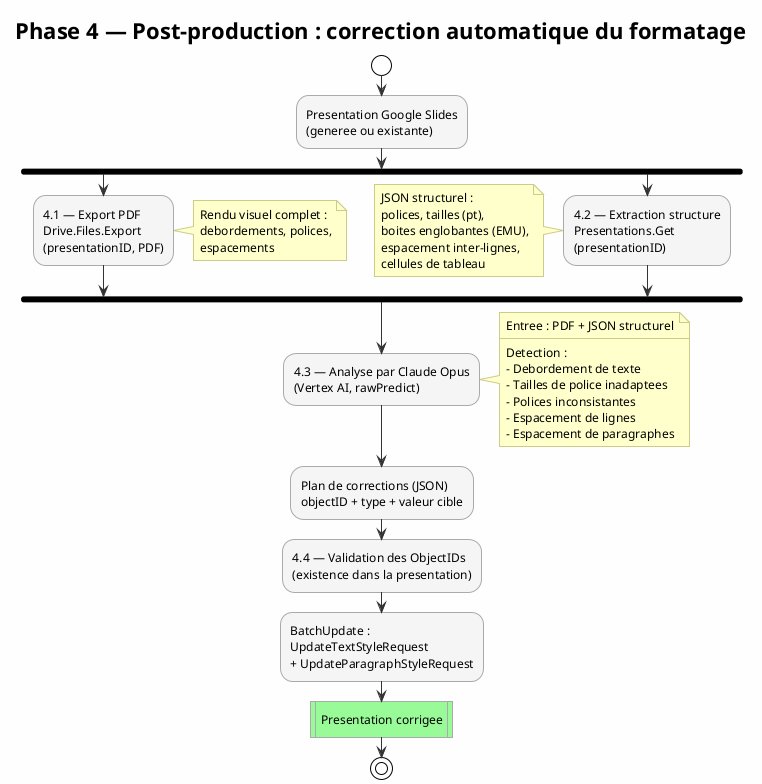
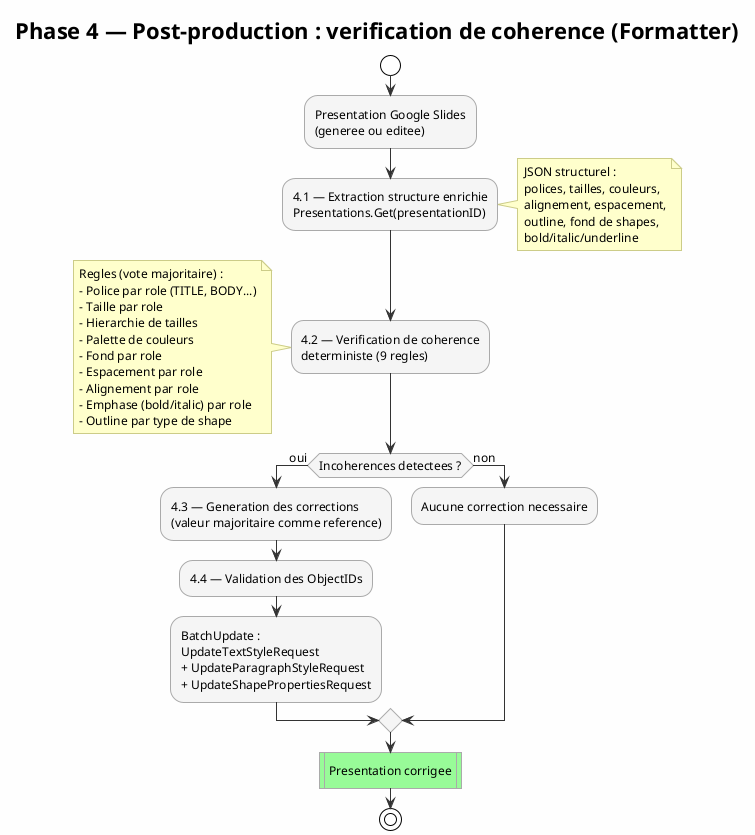
@startuml postproduction
!theme plain
skinparam backgroundColor #FEFEFE
skinparam defaultFontName "Helvetica"
skinparam defaultFontSize 12
skinparam shadowing false
skinparam ArrowColor #333333
skinparam ActivityBackgroundColor #F5F5F5
skinparam ActivityBorderColor #AAAAAA
skinparam NoteBackgroundColor #FFFFCC
skinparam NoteBorderColor #CCCC88

- title Phase 4 — Post-production : correction automatique du formatage
+ title Phase 4 — Post-production : verification de coherence (Formatter)

start

:Presentation Google Slides
- (generee ou existante);
+ (generee ou editee);

- fork
-   :4.1 — Export PDF
-   Drive.Files.Export
-   (presentationID, PDF);
-   note right
-     Rendu visuel complet :
-     debordements, polices,
-     espacements
-   end note
- fork again
-   :4.2 — Extraction structure
-   Presentations.Get
-   (presentationID);
-   note left
-     JSON structurel :
-     polices, tailles (pt),
-     boites englobantes (EMU),
-     espacement inter-lignes,
-     cellules de tableau
-   end note
- end fork
- 
- :4.3 — Analyse par Claude Opus
- (Vertex AI, rawPredict);
- 
+ :4.1 — Extraction structure enrichie
+ Presentations.Get(presentationID);
note right
-   Entree : PDF + JSON structurel
-   ----
-   Detection :
-   - Debordement de texte
-   - Tailles de police inadaptees
-   - Polices inconsistantes
-   - Espacement de lignes
-   - Espacement de paragraphes
+   JSON structurel :
+   polices, tailles, couleurs,
+   alignement, espacement,
+   outline, fond de shapes,
+   bold/italic/underline
end note

- :Plan de corrections (JSON)
- objectID + type + valeur cible;
+ :4.2 — Verification de coherence
+ deterministe (9 regles);
+ note left
+   Regles (vote majoritaire) :
+   - Police par role (TITLE, BODY...)
+   - Taille par role
+   - Hierarchie de tailles
+   - Palette de couleurs
+   - Fond par role
+   - Espacement par role
+   - Alignement par role
+   - Emphase (bold/italic) par role
+   - Outline par type de shape
+ end note

- :4.4 — Validation des ObjectIDs
- (existence dans la presentation);
- 
- :BatchUpdate :
- UpdateTextStyleRequest
- + UpdateParagraphStyleRequest;
+ if (Incoherences detectees ?) then (oui)
+   :4.3 — Generation des corrections
+   (valeur majoritaire comme reference);
+   :4.4 — Validation des ObjectIDs;
+   :BatchUpdate :
+   UpdateTextStyleRequest
+   + UpdateParagraphStyleRequest
+   + UpdateShapePropertiesRequest;
+ else (non)
+   :Aucune correction necessaire;
+ endif

#98FB98:Presentation corrigee|

stop

@enduml
